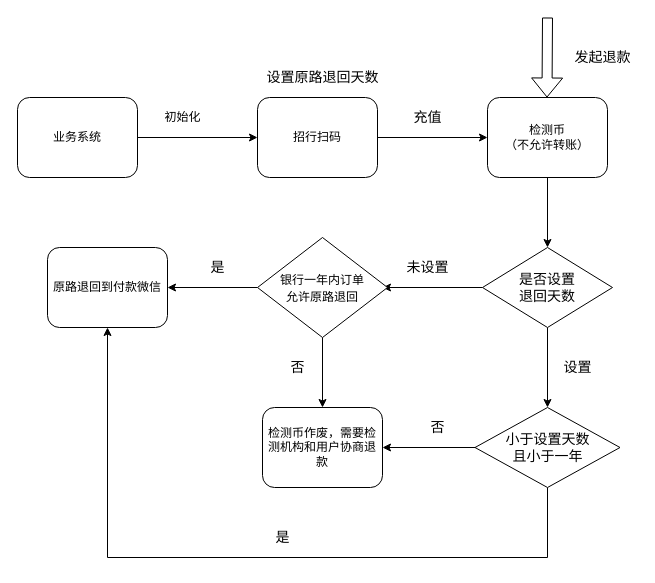
Earlier version of the draw.io diagram unifyorder/招行线上扫码.drawio (Napoleon1234/Draw). Source tidied: cells renumbered, new cells numbered last; positions are measured from the earlier drawing's top-left corner, leaving out a move shared by most shapes. Both pictures are drawn from the tidied source at 100%, with x=0, y=0 at pixel (17, 17).
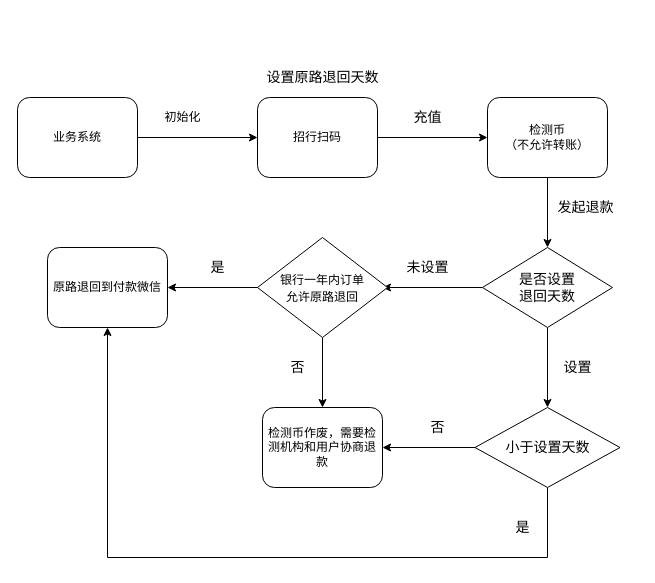
The same diagram, later.

Commit message:
更新招行线上扫码.drawio

Change to the diagram source:
```diff
@@
-    <mxCell id="11" style="shape=flexArrow;endArrow=classic;html=1;rounded=0;fontSize=14;" parent="1" edge="1">
-      <mxGeometry relative="1" as="geometry">
-        <mxPoint x="530" as="sourcePoint" />
-        <mxPoint x="529.5" y="80" as="targetPoint" />
-      </mxGeometry>
-    </mxCell>
     <mxCell id="12" value="发起退款" style="text;html=1;align=center;verticalAlign=middle;fillColor=none;strokeColor=none;rounded=0;fontSize=14;" parent="1" vertex="1">
-      <mxGeometry x="550" y="30" width="70" height="20" as="geometry" />
+      <mxGeometry x="532.5" y="180" width="70" height="20" as="geometry" />
     </mxCell>
@@
-    <mxCell id="26" value="小于设置天数&lt;br&gt;且小于一年" style="rhombus;whiteSpace=wrap;html=1;fontSize=14;" parent="1" vertex="1">
+    <mxCell id="26" value="小于设置天数" style="rhombus;whiteSpace=wrap;html=1;fontSize=14;" parent="1" vertex="1">
       <mxGeometry x="457.5" y="390" width="145" height="80" as="geometry" />
     </mxCell>
@@
     <mxCell id="29" value="是" style="text;html=1;align=center;verticalAlign=middle;fillColor=none;strokeColor=none;rounded=0;fontSize=14;" parent="1" vertex="1">
-      <mxGeometry x="250" y="510" width="30" height="20" as="geometry" />
+      <mxGeometry x="490" y="500" width="30" height="20" as="geometry" />
     </mxCell>
```
